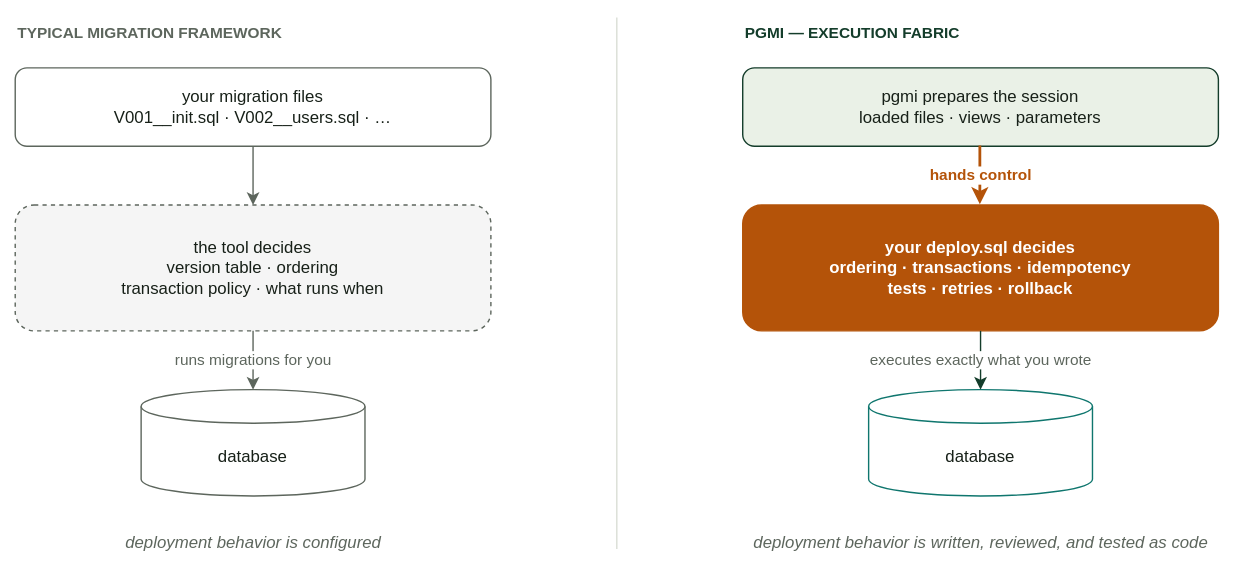
Before: docs/diagrams/d02-fabric-vs-framework.drawio.svg, a diagram exported from draw.io (vvka-141/pgmi). Source tidied: cells renumbered, new cells last; positions are measured from the earlier drawing's top-left corner, leaving out a move shared by most shapes. Source of this version:
```xml
<mxGraphModel background="#fbfaf7">
  <root>
    <mxCell id="0" />
    <mxCell id="1" parent="0" />
    <mxCell id="2" value="TYPICAL MIGRATION FRAMEWORK" style="text;html=1;align=left;fontStyle=1;fontSize=11;fontColor=#5d665d;" parent="1" vertex="1">
      <mxGeometry width="300" height="20" as="geometry" />
    </mxCell>
    <mxCell id="3" value="PGMI — EXECUTION FABRIC" style="text;html=1;align=left;fontStyle=1;fontSize=11;fontColor=#143d2b;" parent="1" vertex="1">
      <mxGeometry x="520" width="300" height="20" as="geometry" />
    </mxCell>
    <mxCell id="4" style="html=1;endArrow=none;strokeColor=#d9ded5;" parent="1" edge="1">
      <mxGeometry relative="1" as="geometry">
        <mxPoint x="430" y="2" as="sourcePoint" />
        <mxPoint x="430" y="382" as="targetPoint" />
      </mxGeometry>
    </mxCell>
    <mxCell id="5" value="your migration files&#10;V001__init.sql · V002__users.sql · …" style="rounded=1;whiteSpace=wrap;html=1;fillColor=#ffffff;strokeColor=#5d665d;fontColor=#172018;fontSize=12;" parent="1" vertex="1">
      <mxGeometry y="38" width="340" height="56" as="geometry" />
    </mxCell>
    <mxCell id="6" value="the tool decides&#10;version table · ordering&#10;transaction policy · what runs when" style="rounded=1;whiteSpace=wrap;html=1;fillColor=#f5f5f5;strokeColor=#5d665d;dashed=1;fontColor=#172018;fontSize=12;" parent="1" vertex="1">
      <mxGeometry y="136" width="340" height="90" as="geometry" />
    </mxCell>
    <mxCell id="7" value="database" style="shape=cylinder3;whiteSpace=wrap;html=1;boundedLbl=1;backgroundOutline=1;size=12;fillColor=#ffffff;strokeColor=#5d665d;fontColor=#172018;fontSize=12;" parent="1" vertex="1">
      <mxGeometry x="90" y="268" width="160" height="76" as="geometry" />
    </mxCell>
    <mxCell id="8" style="html=1;endArrow=classic;strokeColor=#5d665d;exitX=0.5;exitY=1;entryX=0.5;entryY=0;" parent="1" edge="1" source="5" target="6">
      <mxGeometry relative="1" as="geometry" />
    </mxCell>
    <mxCell id="9" value="runs migrations for you" style="html=1;endArrow=classic;strokeColor=#5d665d;fontColor=#5d665d;fontSize=11;exitX=0.5;exitY=1;entryX=0.5;entryY=0;" parent="1" edge="1" source="6" target="7">
      <mxGeometry relative="1" as="geometry" />
    </mxCell>
    <mxCell id="10" value="deployment behavior is configured" style="text;html=1;align=center;fontStyle=2;fontSize=12;fontColor=#5d665d;" parent="1" vertex="1">
      <mxGeometry y="364" width="340" height="20" as="geometry" />
    </mxCell>
    <mxCell id="11" value="pgmi prepares the session&#10;loaded files · views · parameters" style="rounded=1;whiteSpace=wrap;html=1;fillColor=#eaf1e7;strokeColor=#143d2b;fontColor=#172018;fontSize=12;" parent="1" vertex="1">
      <mxGeometry x="520" y="38" width="340" height="56" as="geometry" />
    </mxCell>
    <mxCell id="12" value="your deploy.sql decides&#10;ordering · transactions · idempotency&#10;tests · retries · rollback" style="rounded=1;whiteSpace=wrap;html=1;fillColor=#b45309;strokeColor=#b45309;fontColor=#ffffff;fontStyle=1;fontSize=12;" parent="1" vertex="1">
      <mxGeometry x="520" y="136" width="340" height="90" as="geometry" />
    </mxCell>
    <mxCell id="13" value="database" style="shape=cylinder3;whiteSpace=wrap;html=1;boundedLbl=1;backgroundOutline=1;size=12;fillColor=#ffffff;strokeColor=#0f766e;fontColor=#172018;fontSize=12;" parent="1" vertex="1">
      <mxGeometry x="610" y="268" width="160" height="76" as="geometry" />
    </mxCell>
    <mxCell id="14" value="hands control" style="html=1;endArrow=classic;strokeColor=#b45309;strokeWidth=2;fontColor=#b45309;fontStyle=1;fontSize=11;exitX=0.5;exitY=1;entryX=0.5;entryY=0;" parent="1" edge="1" source="11" target="12">
      <mxGeometry relative="1" as="geometry" />
    </mxCell>
    <mxCell id="15" value="executes exactly what you wrote" style="html=1;endArrow=classic;strokeColor=#143d2b;fontColor=#5d665d;fontSize=11;exitX=0.5;exitY=1;entryX=0.5;entryY=0;" parent="1" edge="1" source="12" target="13">
      <mxGeometry relative="1" as="geometry" />
    </mxCell>
    <mxCell id="16" value="deployment behavior is written, reviewed, and tested as code" style="text;html=1;align=center;fontStyle=2;fontSize=12;fontColor=#5d665d;" parent="1" vertex="1">
      <mxGeometry x="520" y="364" width="340" height="20" as="geometry" />
    </mxCell>
  </root>
</mxGraphModel>
```
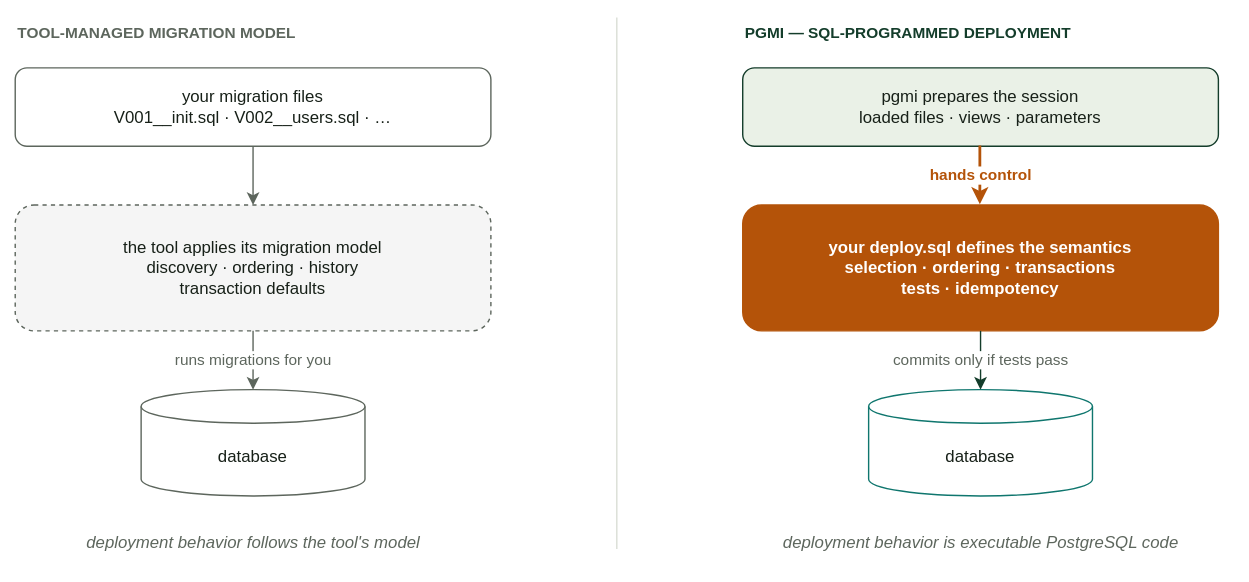
The same diagram one commit later.

Change to the diagram source:
```diff
@@ -2,11 +2,11 @@
   <root>
     <mxCell id="0" />
     <mxCell id="1" parent="0" />
-    <mxCell id="2" value="TYPICAL MIGRATION FRAMEWORK" style="text;html=1;align=left;fontStyle=1;fontSize=11;fontColor=#5d665d;" parent="1" vertex="1">
+    <mxCell id="2" value="TOOL-MANAGED MIGRATION MODEL" style="text;html=1;align=left;fontStyle=1;fontSize=11;fontColor=#5d665d;" parent="1" vertex="1">
       <mxGeometry width="300" height="20" as="geometry" />
     </mxCell>
-    <mxCell id="3" value="PGMI — EXECUTION FABRIC" style="text;html=1;align=left;fontStyle=1;fontSize=11;fontColor=#143d2b;" parent="1" vertex="1">
-      <mxGeometry x="520" width="300" height="20" as="geometry" />
+    <mxCell id="3" value="PGMI — SQL-PROGRAMMED DEPLOYMENT" style="text;html=1;align=left;fontStyle=1;fontSize=11;fontColor=#143d2b;" parent="1" vertex="1">
+      <mxGeometry x="520" width="320" height="20" as="geometry" />
     </mxCell>
     <mxCell id="4" style="html=1;endArrow=none;strokeColor=#d9ded5;" parent="1" edge="1">
       <mxGeometry relative="1" as="geometry">
@@ -17,7 +17,7 @@
     <mxCell id="5" value="your migration files&#10;V001__init.sql · V002__users.sql · …" style="rounded=1;whiteSpace=wrap;html=1;fillColor=#ffffff;strokeColor=#5d665d;fontColor=#172018;fontSize=12;" parent="1" vertex="1">
       <mxGeometry y="38" width="340" height="56" as="geometry" />
     </mxCell>
-    <mxCell id="6" value="the tool decides&#10;version table · ordering&#10;transaction policy · what runs when" style="rounded=1;whiteSpace=wrap;html=1;fillColor=#f5f5f5;strokeColor=#5d665d;dashed=1;fontColor=#172018;fontSize=12;" parent="1" vertex="1">
+    <mxCell id="6" value="the tool applies its migration model&#10;discovery · ordering · history&#10;transaction defaults" style="rounded=1;whiteSpace=wrap;html=1;fillColor=#f5f5f5;strokeColor=#5d665d;dashed=1;fontColor=#172018;fontSize=12;" parent="1" vertex="1">
       <mxGeometry y="136" width="340" height="90" as="geometry" />
     </mxCell>
     <mxCell id="7" value="database" style="shape=cylinder3;whiteSpace=wrap;html=1;boundedLbl=1;backgroundOutline=1;size=12;fillColor=#ffffff;strokeColor=#5d665d;fontColor=#172018;fontSize=12;" parent="1" vertex="1">
@@ -29,13 +29,13 @@
     <mxCell id="9" value="runs migrations for you" style="html=1;endArrow=classic;strokeColor=#5d665d;fontColor=#5d665d;fontSize=11;exitX=0.5;exitY=1;entryX=0.5;entryY=0;" parent="1" edge="1" source="6" target="7">
       <mxGeometry relative="1" as="geometry" />
     </mxCell>
-    <mxCell id="10" value="deployment behavior is configured" style="text;html=1;align=center;fontStyle=2;fontSize=12;fontColor=#5d665d;" parent="1" vertex="1">
+    <mxCell id="10" value="deployment behavior follows the tool's model" style="text;html=1;align=center;fontStyle=2;fontSize=12;fontColor=#5d665d;" parent="1" vertex="1">
       <mxGeometry y="364" width="340" height="20" as="geometry" />
     </mxCell>
     <mxCell id="11" value="pgmi prepares the session&#10;loaded files · views · parameters" style="rounded=1;whiteSpace=wrap;html=1;fillColor=#eaf1e7;strokeColor=#143d2b;fontColor=#172018;fontSize=12;" parent="1" vertex="1">
       <mxGeometry x="520" y="38" width="340" height="56" as="geometry" />
     </mxCell>
-    <mxCell id="12" value="your deploy.sql decides&#10;ordering · transactions · idempotency&#10;tests · retries · rollback" style="rounded=1;whiteSpace=wrap;html=1;fillColor=#b45309;strokeColor=#b45309;fontColor=#ffffff;fontStyle=1;fontSize=12;" parent="1" vertex="1">
+    <mxCell id="12" value="your deploy.sql defines the semantics&#10;selection · ordering · transactions&#10;tests · idempotency" style="rounded=1;whiteSpace=wrap;html=1;fillColor=#b45309;strokeColor=#b45309;fontColor=#ffffff;fontStyle=1;fontSize=12;" parent="1" vertex="1">
       <mxGeometry x="520" y="136" width="340" height="90" as="geometry" />
     </mxCell>
     <mxCell id="13" value="database" style="shape=cylinder3;whiteSpace=wrap;html=1;boundedLbl=1;backgroundOutline=1;size=12;fillColor=#ffffff;strokeColor=#0f766e;fontColor=#172018;fontSize=12;" parent="1" vertex="1">
@@ -44,10 +44,10 @@
     <mxCell id="14" value="hands control" style="html=1;endArrow=classic;strokeColor=#b45309;strokeWidth=2;fontColor=#b45309;fontStyle=1;fontSize=11;exitX=0.5;exitY=1;entryX=0.5;entryY=0;" parent="1" edge="1" source="11" target="12">
       <mxGeometry relative="1" as="geometry" />
     </mxCell>
-    <mxCell id="15" value="executes exactly what you wrote" style="html=1;endArrow=classic;strokeColor=#143d2b;fontColor=#5d665d;fontSize=11;exitX=0.5;exitY=1;entryX=0.5;entryY=0;" parent="1" edge="1" source="12" target="13">
+    <mxCell id="15" value="commits only if tests pass" style="html=1;endArrow=classic;strokeColor=#143d2b;fontColor=#5d665d;fontSize=11;exitX=0.5;exitY=1;entryX=0.5;entryY=0;" parent="1" edge="1" source="12" target="13">
       <mxGeometry relative="1" as="geometry" />
     </mxCell>
-    <mxCell id="16" value="deployment behavior is written, reviewed, and tested as code" style="text;html=1;align=center;fontStyle=2;fontSize=12;fontColor=#5d665d;" parent="1" vertex="1">
+    <mxCell id="16" value="deployment behavior is executable PostgreSQL code" style="text;html=1;align=center;fontStyle=2;fontSize=12;fontColor=#5d665d;" parent="1" vertex="1">
       <mxGeometry x="520" y="364" width="340" height="20" as="geometry" />
     </mxCell>
   </root>
```
